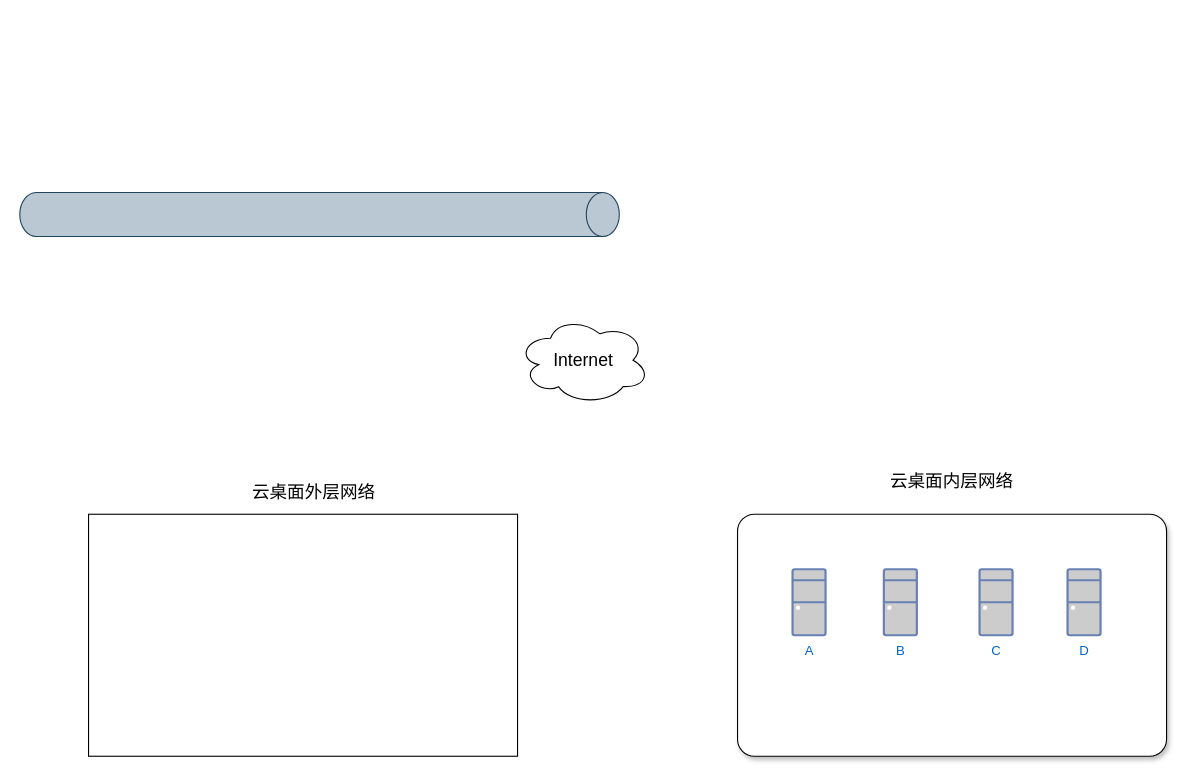
meterXu/drawiofile keeps this draw.io diagram as Untitled Diagram.drawio. Above is the earlier version. Source tidied: cells renumbered, new cells numbered last; positions are measured from the earlier drawing's top-left corner, leaving out a move shared by most shapes. Both pictures are drawn from the tidied source at 110%, with x=0, y=0 at pixel (88, -86).
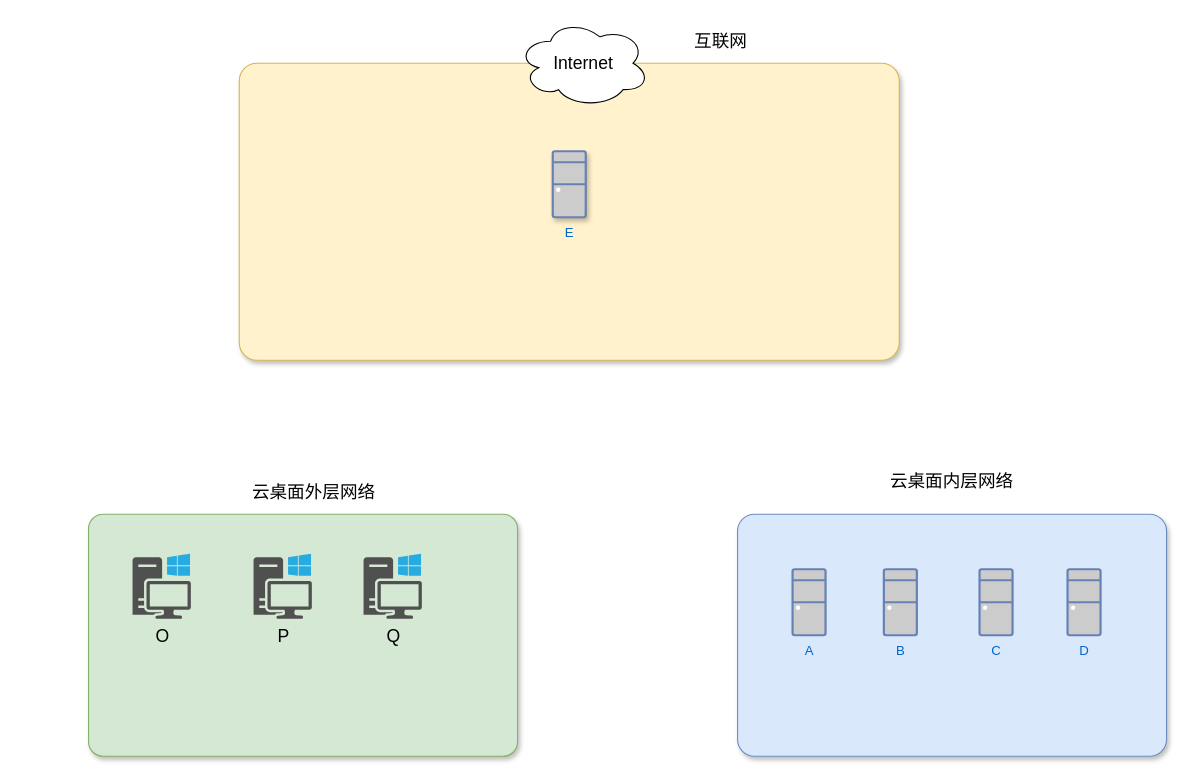
The same diagram, later.

Change to the diagram source:
```diff
@@
 <mxGraphModel>
   <root>
     <mxCell id="0" />
     <mxCell id="1" parent="0" />
-    <mxCell id="2" style="shape=cylinder3;whiteSpace=wrap;html=1;boundedLbl=1;backgroundOutline=1;size=15;rotation=90;fillColor=#bac8d3;strokeColor=#23445d;" parent="1" vertex="1">
-      <mxGeometry x="190" width="40" height="545" as="geometry" />
-    </mxCell>
-    <mxCell id="3" value="Internet" style="ellipse;shape=cloud;whiteSpace=wrap;html=1;fontSize=16;" parent="1" vertex="1">
-      <mxGeometry x="390" y="365" width="120" height="80" as="geometry" />
-    </mxCell>
-    <mxCell id="4" style="rounded=0;whiteSpace=wrap;html=1;fontSize=16;" parent="1" vertex="1">
+    <mxCell id="4" style="rounded=1;whiteSpace=wrap;html=1;fontSize=16;fillColor=#d5e8d4;strokeColor=#82b366;sketch=0;shadow=1;arcSize=6;" parent="1" vertex="1">
       <mxGeometry y="545" width="390" height="220" as="geometry" />
     </mxCell>
     <mxCell id="5" value="云桌面外层网络" style="text;html=1;strokeColor=none;fillColor=none;align=center;verticalAlign=middle;whiteSpace=wrap;rounded=0;fontSize=16;" parent="1" vertex="1">
       <mxGeometry x="140" y="515" width="130" height="20" as="geometry" />
     </mxCell>
-    <mxCell id="6" style="rounded=1;whiteSpace=wrap;html=1;fontSize=16;shadow=1;arcSize=7;" parent="1" vertex="1">
+    <mxCell id="6" style="rounded=1;whiteSpace=wrap;html=1;fontSize=16;shadow=1;arcSize=7;fillColor=#dae8fc;strokeColor=#6c8ebf;" parent="1" vertex="1">
       <mxGeometry x="590" y="545" width="390" height="220" as="geometry" />
     </mxCell>
     <mxCell id="7" value="云桌面内层网络" style="text;html=1;strokeColor=none;fillColor=none;align=center;verticalAlign=middle;whiteSpace=wrap;rounded=0;fontSize=16;" parent="1" vertex="1">
       <mxGeometry x="720" y="505" width="130" height="20" as="geometry" />
     </mxCell>
     <mxCell id="8" value="A" style="fontColor=#0066CC;verticalAlign=top;verticalLabelPosition=bottom;labelPosition=center;align=center;html=1;fillColor=#CCCCCC;strokeColor=#6881B3;gradientColor=none;gradientDirection=north;strokeWidth=2;shape=mxgraph.networks.desktop_pc;" parent="1" vertex="1">
       <mxGeometry x="640" y="595" width="30" height="60" as="geometry" />
     </mxCell>
     <mxCell id="9" value="B" style="fontColor=#0066CC;verticalAlign=top;verticalLabelPosition=bottom;labelPosition=center;align=center;html=1;fillColor=#CCCCCC;strokeColor=#6881B3;gradientColor=none;gradientDirection=north;strokeWidth=2;shape=mxgraph.networks.desktop_pc;" parent="1" vertex="1">
       <mxGeometry x="723" y="595" width="30" height="60" as="geometry" />
     </mxCell>
     <mxCell id="10" value="C" style="fontColor=#0066CC;verticalAlign=top;verticalLabelPosition=bottom;labelPosition=center;align=center;html=1;fillColor=#CCCCCC;strokeColor=#6881B3;gradientColor=none;gradientDirection=north;strokeWidth=2;shape=mxgraph.networks.desktop_pc;" parent="1" vertex="1">
       <mxGeometry x="810" y="595" width="30" height="60" as="geometry" />
     </mxCell>
     <mxCell id="11" value="D" style="fontColor=#0066CC;verticalAlign=top;verticalLabelPosition=bottom;labelPosition=center;align=center;html=1;fillColor=#CCCCCC;strokeColor=#6881B3;gradientColor=none;gradientDirection=north;strokeWidth=2;shape=mxgraph.networks.desktop_pc;" parent="1" vertex="1">
       <mxGeometry x="890" y="595" width="30" height="60" as="geometry" />
     </mxCell>
+    <mxCell id="12" value="O" style="shadow=0;dashed=0;html=1;strokeColor=none;fillColor=#505050;labelPosition=center;verticalLabelPosition=bottom;verticalAlign=top;align=center;shape=mxgraph.office.devices.workstation_pc;rounded=1;fontSize=16;" parent="1" vertex="1">
+      <mxGeometry x="40" y="581" width="53" height="59" as="geometry" />
+    </mxCell>
+    <mxCell id="13" value="P" style="shadow=0;dashed=0;html=1;strokeColor=none;fillColor=#505050;labelPosition=center;verticalLabelPosition=bottom;verticalAlign=top;align=center;shape=mxgraph.office.devices.workstation_pc;rounded=1;fontSize=16;" parent="1" vertex="1">
+      <mxGeometry x="150" y="581" width="53" height="59" as="geometry" />
+    </mxCell>
+    <mxCell id="14" value="Q" style="shadow=0;dashed=0;html=1;strokeColor=none;fillColor=#505050;labelPosition=center;verticalLabelPosition=bottom;verticalAlign=top;align=center;shape=mxgraph.office.devices.workstation_pc;rounded=1;fontSize=16;" parent="1" vertex="1">
+      <mxGeometry x="250" y="581" width="53" height="59" as="geometry" />
+    </mxCell>
+    <mxCell id="15" value="互联网" style="text;html=1;strokeColor=none;fillColor=none;align=center;verticalAlign=middle;whiteSpace=wrap;rounded=0;fontSize=16;" parent="1" vertex="1">
+      <mxGeometry x="510" y="105" width="130" height="20" as="geometry" />
+    </mxCell>
+    <mxCell id="16" style="rounded=1;whiteSpace=wrap;html=1;fontSize=16;fillColor=#fff2cc;strokeColor=#d6b656;sketch=0;shadow=1;arcSize=6;" parent="1" vertex="1">
+      <mxGeometry x="137" y="135" width="600" height="270" as="geometry" />
+    </mxCell>
+    <mxCell id="3" value="Internet" style="ellipse;shape=cloud;whiteSpace=wrap;html=1;fontSize=16;" parent="1" vertex="1">
+      <mxGeometry x="390" y="95" width="120" height="80" as="geometry" />
+    </mxCell>
+    <mxCell id="17" value="E" style="fontColor=#0066CC;verticalAlign=top;verticalLabelPosition=bottom;labelPosition=center;align=center;html=1;fillColor=#CCCCCC;strokeColor=#6881B3;gradientColor=none;gradientDirection=north;strokeWidth=2;shape=mxgraph.networks.desktop_pc;rounded=1;shadow=1;sketch=0;" parent="1" vertex="1">
+      <mxGeometry x="422" y="215" width="30" height="60" as="geometry" />
+    </mxCell>
   </root>
 </mxGraphModel>
```
